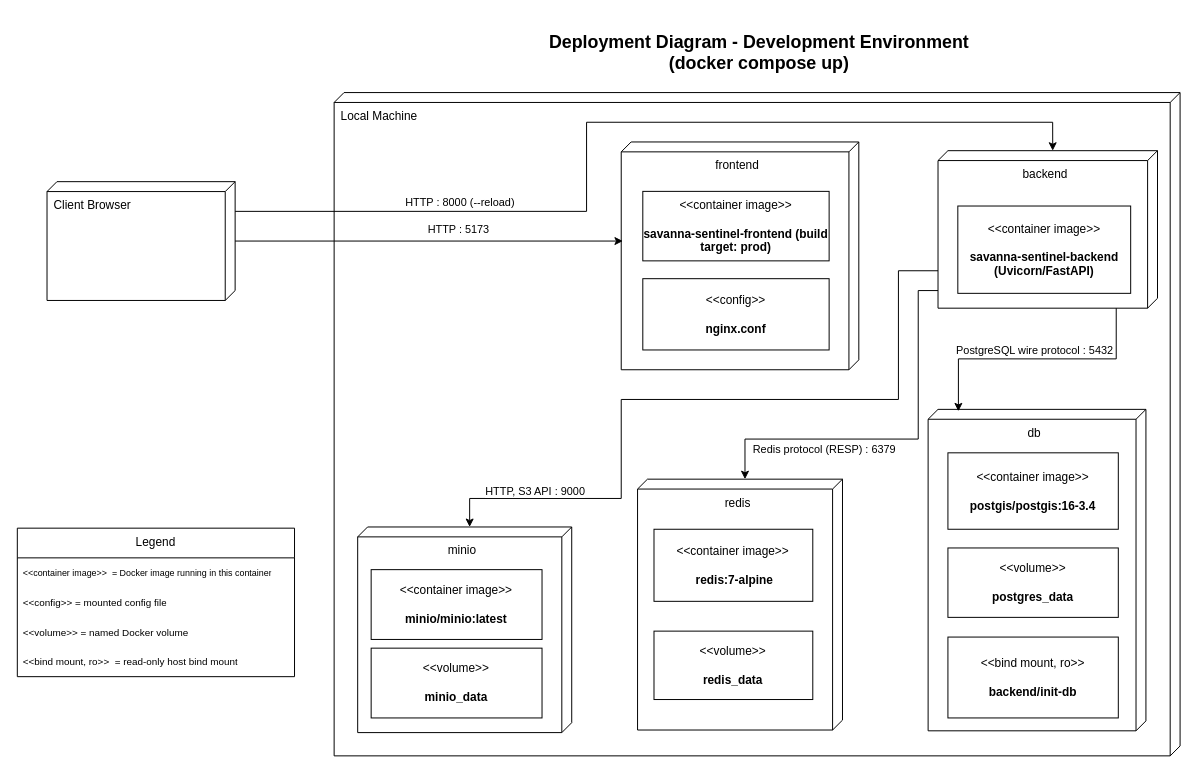
Earlier version of the draw.io diagram page "Development" (2 of 2) of docs/demo2/DevDocs(Not-For-Review)/deployment/deployment_diagram.drawio (COS301-SE-2026/Savanna-Sentinel). Source tidied: cells renumbered, new cells numbered last; positions are measured from the earlier drawing's top-left corner, leaving out a move shared by most shapes. Both pictures are drawn from the tidied source at 99%, with x=0, y=0 at pixel (17, 23).
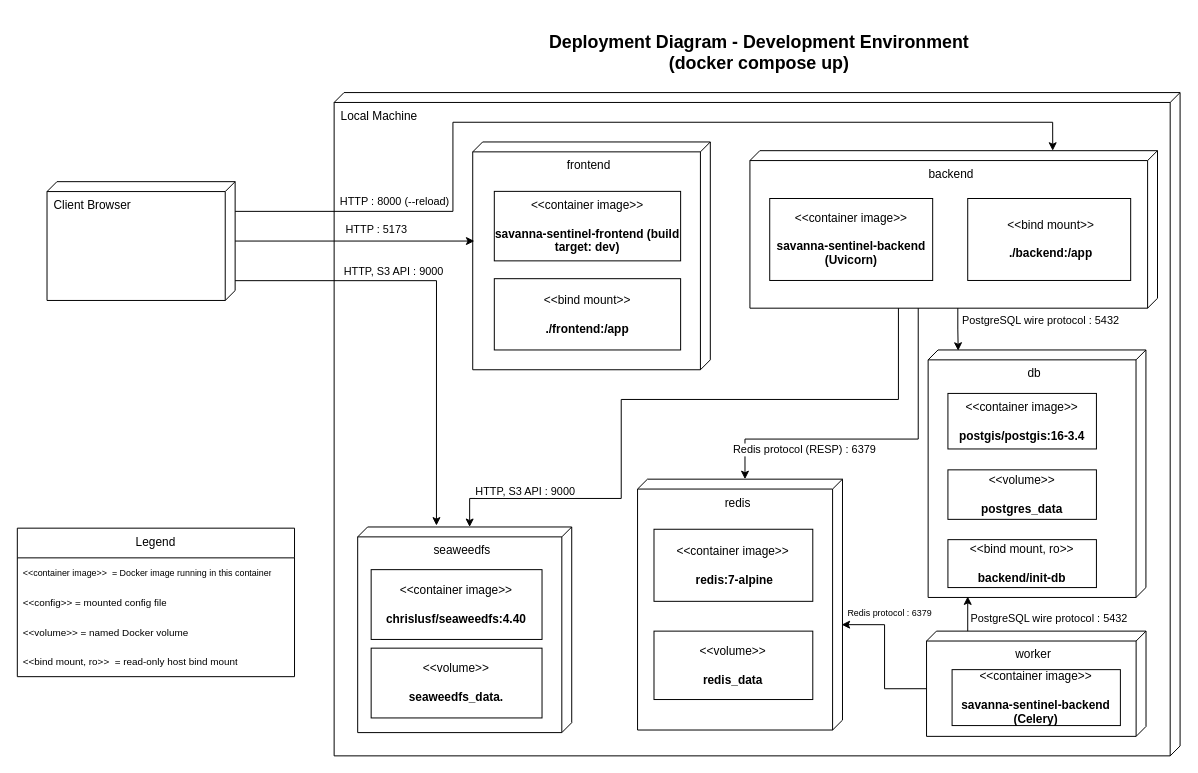
After the change.

The change refers to these unchanged cells:
```xml
<mxCell id="3" value="Local Machine" style="verticalAlign=top;align=left;shape=cube;size=10;direction=south;fontStyle=0;html=1;boundedLbl=1;spacingLeft=5;whiteSpace=wrap;" parent="1" vertex="1">
  <mxGeometry x="320" y="70" width="854.5" height="670" as="geometry" />
</mxCell>
<mxCell id="7" value="redis" style="verticalAlign=top;align=center;shape=cube;size=10;direction=south;html=1;boundedLbl=1;spacingLeft=5;whiteSpace=wrap;" parent="3" vertex="1">
  <mxGeometry x="306.5" y="390.5" width="207" height="253.4" as="geometry" />
</mxCell>
<mxCell id="25" value="Client Browser&lt;div&gt;&lt;br&gt;&lt;/div&gt;" style="verticalAlign=top;align=left;shape=cube;size=10;direction=south;fontStyle=0;html=1;boundedLbl=1;spacingLeft=5;whiteSpace=wrap;" parent="1" vertex="1">
  <mxGeometry x="30" y="160" width="190" height="120" as="geometry" />
</mxCell>
```

What changed in the source:
```diff
@@
     <mxCell id="4" value="frontend" style="verticalAlign=top;align=center;shape=cube;size=10;direction=south;html=1;boundedLbl=1;spacingLeft=5;whiteSpace=wrap;" parent="3" vertex="1">
-      <mxGeometry x="290" y="49.9" width="240" height="230.1" as="geometry" />
+      <mxGeometry x="140" y="49.9" width="240" height="230.1" as="geometry" />
     </mxCell>
     <mxCell id="5" value="backend" style="verticalAlign=top;align=center;shape=cube;size=10;direction=south;html=1;boundedLbl=1;spacingLeft=5;whiteSpace=wrap;" parent="3" vertex="1">
-      <mxGeometry x="610" y="58.7" width="221.7" height="159.1" as="geometry" />
+      <mxGeometry x="420" y="58.7" width="411.7" height="159.1" as="geometry" />
     </mxCell>
     <mxCell id="6" value="db" style="verticalAlign=top;align=center;shape=cube;size=10;direction=south;html=1;boundedLbl=1;spacingLeft=5;whiteSpace=wrap;" parent="3" vertex="1">
-      <mxGeometry x="600" y="320" width="220" height="324.7" as="geometry" />
+      <mxGeometry x="600" y="260" width="220" height="250" as="geometry" />
     </mxCell>
@@
-    <mxCell id="8" value="&amp;lt;&amp;lt;container image&amp;gt;&amp;gt;&lt;br&gt;&lt;br&gt;&lt;b&gt;savanna-sentinel-frontend (build target: prod)&lt;/b&gt;" style="html=1;align=center;verticalAlign=middle;dashed=0;whiteSpace=wrap;" parent="3" vertex="1">
-      <mxGeometry x="311.8" y="99.8" width="188.2" height="70.2" as="geometry" />
+    <mxCell id="8" value="&amp;lt;&amp;lt;container image&amp;gt;&amp;gt;&lt;br&gt;&lt;br&gt;&lt;b&gt;savanna-sentinel-frontend (build target: dev)&lt;/b&gt;" style="html=1;align=center;verticalAlign=middle;dashed=0;whiteSpace=wrap;" parent="3" vertex="1">
+      <mxGeometry x="161.8" y="99.8" width="188.2" height="70.2" as="geometry" />
     </mxCell>
-    <mxCell id="9" value="&amp;lt;&amp;lt;config&amp;gt;&amp;gt;&lt;br&gt;&lt;br&gt;&lt;b&gt;nginx.conf&lt;/b&gt;" style="html=1;align=center;verticalAlign=middle;dashed=0;whiteSpace=wrap;" parent="3" vertex="1">
-      <mxGeometry x="311.8" y="188" width="188.2" height="72" as="geometry" />
+    <mxCell id="9" value="&amp;lt;&amp;lt;bind mount&amp;gt;&amp;gt;&lt;div&gt;&lt;br&gt;&lt;/div&gt;&lt;div&gt;&lt;b&gt;./frontend:/app&lt;/b&gt;&lt;/div&gt;" style="html=1;align=center;verticalAlign=middle;dashed=0;whiteSpace=wrap;" parent="3" vertex="1">
+      <mxGeometry x="161.8" y="188" width="188.2" height="72" as="geometry" />
     </mxCell>
-    <mxCell id="10" value="&amp;lt;&amp;lt;container image&amp;gt;&amp;gt;&lt;br&gt;&lt;br&gt;&lt;b&gt;savanna-sentinel-backend (Uvicorn/FastAPI)&lt;/b&gt;" style="html=1;align=center;verticalAlign=middle;dashed=0;whiteSpace=wrap;" parent="3" vertex="1">
-      <mxGeometry x="630" y="114.6" width="174.6" height="88.2" as="geometry" />
+    <mxCell id="10" value="&amp;nbsp;&amp;lt;&amp;lt;bind mount&amp;gt;&amp;gt;&lt;div&gt;&lt;br&gt;&lt;/div&gt;&lt;div&gt;&lt;b&gt;&amp;nbsp;./backend:/app&lt;/b&gt;&lt;/div&gt;" style="html=1;align=center;verticalAlign=middle;dashed=0;whiteSpace=wrap;" parent="3" vertex="1">
+      <mxGeometry x="640" y="107" width="164.6" height="82.8" as="geometry" />
     </mxCell>
     <mxCell id="11" value="&amp;lt;&amp;lt;container image&amp;gt;&amp;gt;&lt;br&gt;&lt;br&gt;&lt;b&gt;postgis/postgis:16-3.4&lt;/b&gt;" style="html=1;align=center;verticalAlign=middle;dashed=0;whiteSpace=wrap;" parent="3" vertex="1">
-      <mxGeometry x="620" y="363.9" width="172.1" height="77.2" as="geometry" />
+      <mxGeometry x="620" y="303.9" width="150" height="56.1" as="geometry" />
     </mxCell>
     <mxCell id="12" value="&amp;lt;&amp;lt;volume&amp;gt;&amp;gt;&lt;br&gt;&lt;br&gt;&lt;b&gt;postgres_data&lt;/b&gt;" style="html=1;align=center;verticalAlign=middle;dashed=0;whiteSpace=wrap;" parent="3" vertex="1">
-      <mxGeometry x="620" y="460" width="172.1" height="70.1" as="geometry" />
+      <mxGeometry x="620" y="381.1" width="150" height="50" as="geometry" />
     </mxCell>
     <mxCell id="13" value="&amp;lt;&amp;lt;bind mount, ro&amp;gt;&amp;gt;&lt;br&gt;&lt;br&gt;&lt;b&gt;backend/init-db&lt;/b&gt;" style="html=1;align=center;verticalAlign=middle;dashed=0;whiteSpace=wrap;" parent="3" vertex="1">
-      <mxGeometry x="620" y="550" width="172.1" height="81.7" as="geometry" />
+      <mxGeometry x="620" y="451.6" width="150" height="48.4" as="geometry" />
     </mxCell>
@@
-    <mxCell id="16" value="minio" style="verticalAlign=top;align=center;shape=cube;size=10;direction=south;html=1;boundedLbl=1;spacingLeft=5;whiteSpace=wrap;" parent="3" vertex="1">
+    <mxCell id="16" value="seaweedfs" style="verticalAlign=top;align=center;shape=cube;size=10;direction=south;html=1;boundedLbl=1;spacingLeft=5;whiteSpace=wrap;" parent="3" vertex="1">
       <mxGeometry x="23.8" y="438.8" width="216.2" height="207.7" as="geometry" />
     </mxCell>
-    <mxCell id="17" value="&amp;lt;&amp;lt;container image&amp;gt;&amp;gt;&lt;br&gt;&lt;br&gt;&lt;b&gt;minio/minio:latest&lt;/b&gt;" style="html=1;align=center;verticalAlign=middle;dashed=0;whiteSpace=wrap;" parent="3" vertex="1">
+    <mxCell id="17" value="&amp;lt;&amp;lt;container image&amp;gt;&amp;gt;&lt;div&gt;&lt;br&gt;&lt;b&gt;chrislusf/seaweedfs:4.40&lt;/b&gt;&lt;/div&gt;" style="html=1;align=center;verticalAlign=middle;dashed=0;whiteSpace=wrap;" parent="3" vertex="1">
       <mxGeometry x="37.4" y="481.9" width="172.6" height="70.5" as="geometry" />
     </mxCell>
-    <mxCell id="18" value="&amp;lt;&amp;lt;volume&amp;gt;&amp;gt;&lt;br&gt;&lt;br&gt;&lt;b&gt;minio_data&lt;/b&gt;" style="html=1;align=center;verticalAlign=middle;dashed=0;whiteSpace=wrap;" parent="3" vertex="1">
+    <mxCell id="18" value="&amp;lt;&amp;lt;volume&amp;gt;&amp;gt;&lt;br&gt;&lt;br&gt;&lt;b&gt;seaweedfs_data.&lt;/b&gt;" style="html=1;align=center;verticalAlign=middle;dashed=0;whiteSpace=wrap;" parent="3" vertex="1">
       <mxGeometry x="37.4" y="561.2" width="172.6" height="70.5" as="geometry" />
     </mxCell>
-    <mxCell id="19" style="edgeStyle=orthogonalEdgeStyle;rounded=0;jettySize=auto;html=1;entryX=0.006;entryY=0.861;entryDx=0;entryDy=0;entryPerimeter=0;" parent="3" edge="1" source="5" target="6">
+    <mxCell id="19" style="edgeStyle=orthogonalEdgeStyle;rounded=0;jettySize=auto;html=1;entryX=0.003;entryY=0.862;entryDx=0;entryDy=0;entryPerimeter=0;" parent="3" edge="1" source="5" target="6">
       <mxGeometry relative="1" as="geometry">
         <Array as="points">
-          <mxPoint x="790" y="269" />
-          <mxPoint x="631" y="269" />
+          <mxPoint x="630" y="238.9" />
+          <mxPoint x="630.4" y="238.9" />
         </Array>
       </mxGeometry>
     </mxCell>
     <mxCell id="20" value="&amp;nbsp;PostgreSQL wire protocol : 5432" style="edgeLabel;html=1;align=center;verticalAlign=middle;" parent="19" vertex="1">
       <mxGeometry x="0.1" y="3" relative="1" as="geometry">
-        <mxPoint x="9" y="-12" as="offset" />
+        <mxPoint x="78" y="-12" as="offset" />
       </mxGeometry>
     </mxCell>
@@
+    <mxCell id="35" value="worker" style="verticalAlign=top;align=center;shape=cube;size=10;direction=south;html=1;boundedLbl=1;spacingLeft=5;whiteSpace=wrap;" parent="3" vertex="1">
+      <mxGeometry x="598.4" y="544" width="221.7" height="106.3" as="geometry" />
+    </mxCell>
+    <mxCell id="36" value="&amp;lt;&amp;lt;container image&amp;gt;&amp;gt;&lt;br&gt;&lt;br&gt;&lt;b&gt;savanna-sentinel-backend (Celery)&lt;/b&gt;" style="html=1;align=center;verticalAlign=middle;dashed=0;whiteSpace=wrap;" parent="3" vertex="1">
+      <mxGeometry x="624.2" y="582.9" width="170" height="56.5" as="geometry" />
+    </mxCell>
+    <mxCell id="37" style="edgeStyle=orthogonalEdgeStyle;rounded=0;jettySize=auto;html=1;exitX=0;exitY=0;exitDx=58.17000000000001;exitDy=221.68;exitPerimeter=0;entryX=0.58;entryY=0.004;entryDx=0;entryDy=0;entryPerimeter=0;" parent="3" edge="1" source="35" target="7">
+      <mxGeometry relative="1" as="geometry" />
+    </mxCell>
+    <mxCell id="38" value="&lt;font style=&quot;font-size: 9px;&quot;&gt;Redis protocol : 6379&lt;/font&gt;" style="edgeLabel;html=1;align=center;verticalAlign=middle;" parent="37" vertex="1">
+      <mxGeometry x="0.53" y="-3" relative="1" as="geometry">
+        <mxPoint x="12" y="-10" as="offset" />
+      </mxGeometry>
+    </mxCell>
+    <mxCell id="39" style="edgeStyle=orthogonalEdgeStyle;rounded=0;jettySize=auto;html=1;" parent="3" edge="1" source="35">
+      <mxGeometry relative="1" as="geometry">
+        <mxPoint x="640" y="509" as="targetPoint" />
+        <Array as="points">
+          <mxPoint x="640" y="509" />
+        </Array>
+      </mxGeometry>
+    </mxCell>
+    <mxCell id="40" value="PostgreSQL wire protocol : 5432" style="edgeLabel;html=1;align=center;verticalAlign=middle;" parent="39" vertex="1">
+      <mxGeometry x="-0.06" y="-1" relative="1" as="geometry">
+        <mxPoint x="80" y="2" as="offset" />
+      </mxGeometry>
+    </mxCell>
+    <mxCell id="41" value="&amp;lt;&amp;lt;container image&amp;gt;&amp;gt;&lt;br&gt;&lt;br&gt;&lt;b&gt;savanna-sentinel-backend (Uvicorn)&lt;/b&gt;" style="html=1;align=center;verticalAlign=middle;dashed=0;whiteSpace=wrap;" parent="3" vertex="1">
+      <mxGeometry x="440" y="107" width="164.6" height="82.8" as="geometry" />
+    </mxCell>
@@
     <mxCell id="33" style="edgeStyle=orthogonalEdgeStyle;rounded=0;jettySize=auto;html=1;entryX=0;entryY=0;entryDx=0;entryDy=105.855;entryPerimeter=0;" parent="1" edge="1" source="25" target="5">
       <mxGeometry relative="1" as="geometry">
         <Array as="points">
-          <mxPoint x="575" y="190" />
-          <mxPoint x="575" y="100" />
-          <mxPoint x="1046" y="100" />
+          <mxPoint x="440" y="190" />
+          <mxPoint x="440" y="100" />
+          <mxPoint x="1045.9" y="100" />
         </Array>
       </mxGeometry>
     </mxCell>
     <mxCell id="34" value="HTTP : 8000 (--reload)" style="edgeLabel;html=1;align=center;verticalAlign=middle;" parent="33" vertex="1">
       <mxGeometry x="-0.53" y="-2" relative="1" as="geometry">
-        <mxPoint x="4" y="-12" as="offset" />
+        <mxPoint x="-62" y="-9" as="offset" />
       </mxGeometry>
     </mxCell>
+    <mxCell id="42" style="edgeStyle=orthogonalEdgeStyle;rounded=0;jettySize=auto;html=1;entryX=-0.007;entryY=0.632;entryDx=0;entryDy=0;entryPerimeter=0;" parent="1" edge="1" source="25" target="16">
+      <mxGeometry relative="1" as="geometry">
+        <Array as="points">
+          <mxPoint x="423.5" y="260" />
+        </Array>
+      </mxGeometry>
+    </mxCell>
+    <mxCell id="43" value="HTTP, S3 API : 9000" style="edgeLabel;html=1;align=center;verticalAlign=middle;" parent="42" vertex="1">
+      <mxGeometry x="-0.29" y="5" relative="1" as="geometry">
+        <mxPoint x="-1" y="-5" as="offset" />
+      </mxGeometry>
+    </mxCell>
```
